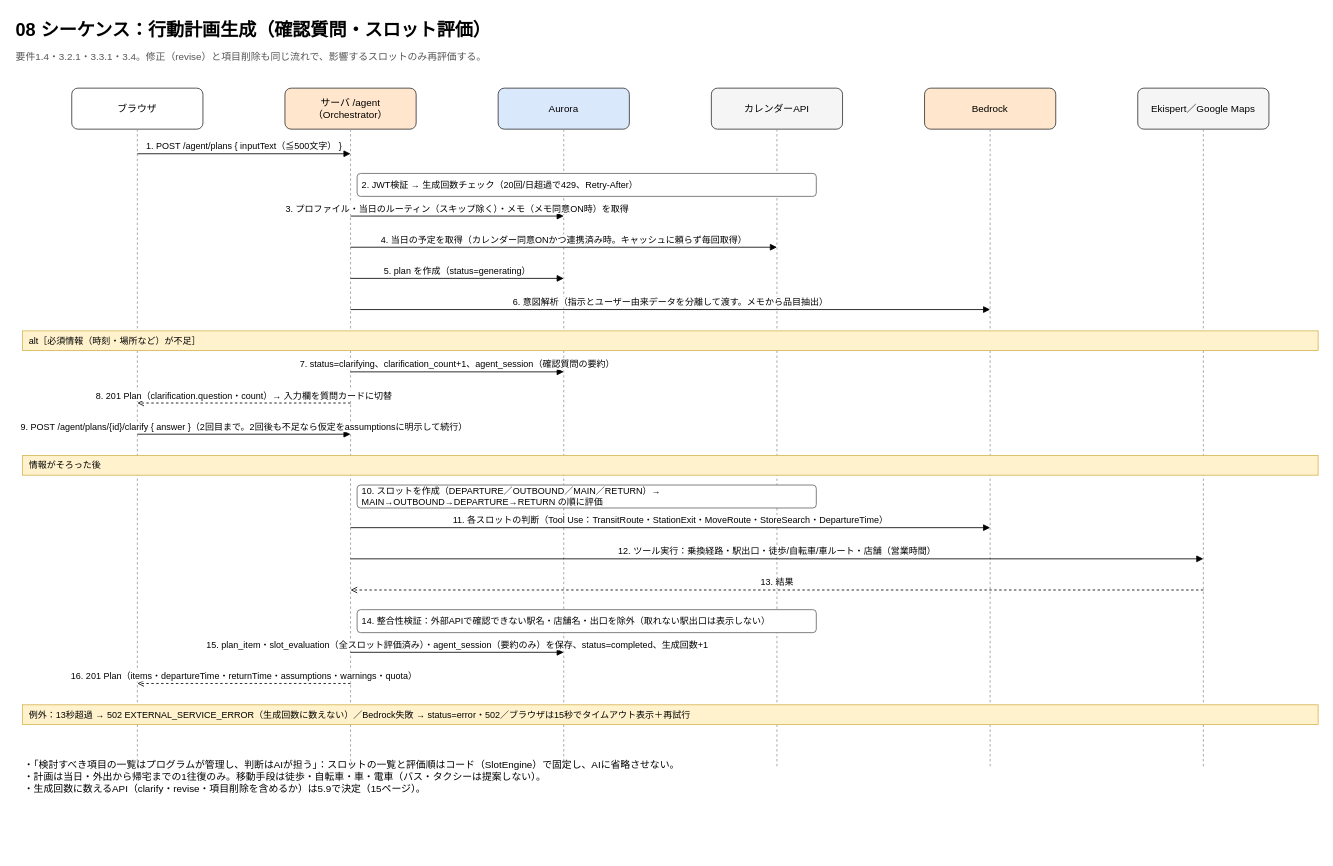
Earlier version of the draw.io diagram page "08_シーケンス_行動計画生成" (9 of 16) of docs/design/詳細設計書.drawio (kawagoe-juku/1day_schedule_app). Source tidied: cells renumbered, new cells numbered last; positions are measured from the earlier drawing's top-left corner, leaving out a move shared by most shapes. Both pictures are drawn from the tidied source at 82%, with x=0, y=0 at pixel (14, 14).
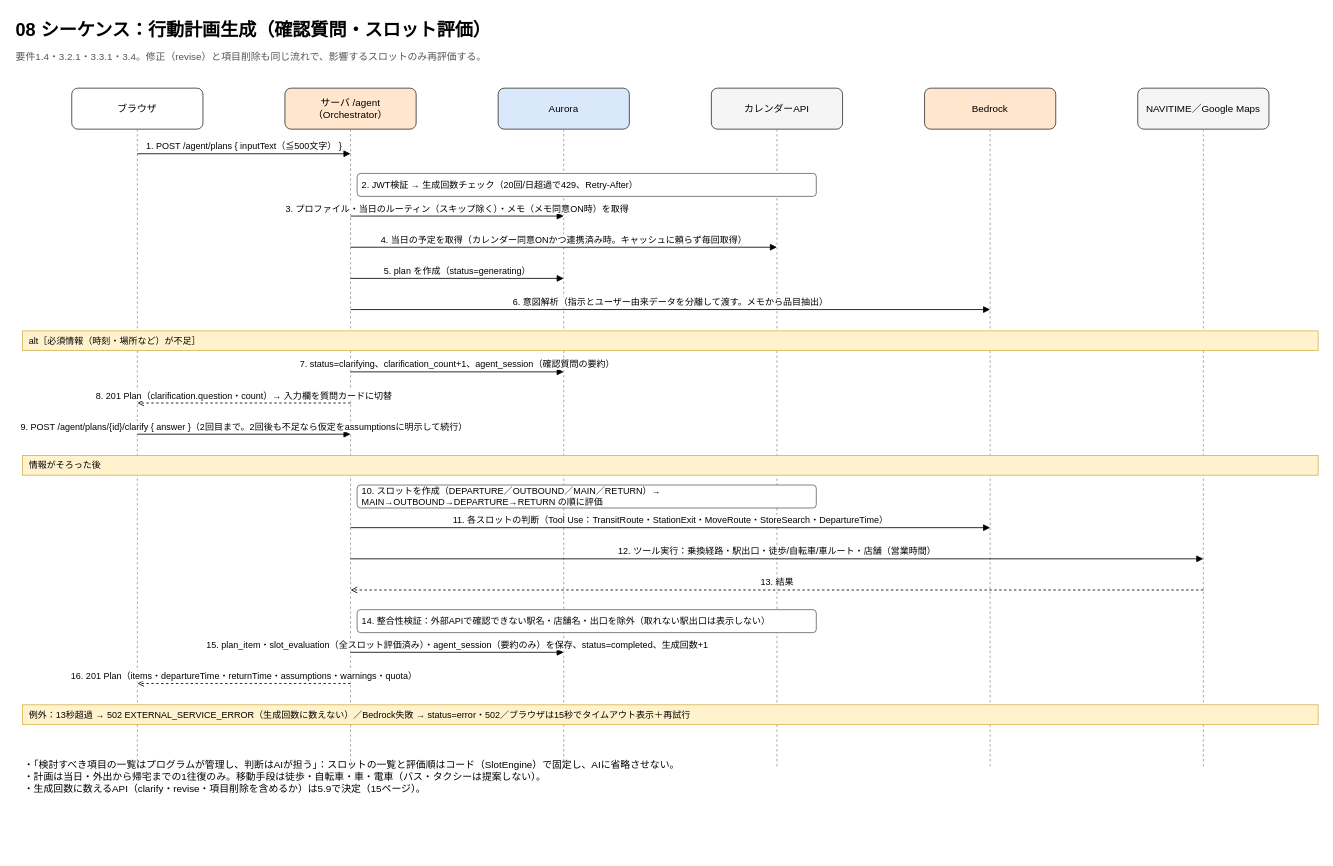
Above is the later version.

Commit message (it also covers changes not shown here):
docs: 詳細設計書の乗換 API を NAVITIME に、Google API を正式名称に変更

1.9 の技術検証で NAVITIME Route(totalnavi) を採用したため

Claude-Session: https://claude.ai/code/session_01TgDRwLowE6VFxbozXLZK98

Diff of the diagram source:
```diff
@@
-    <mxCell id="14" value="Ekispert／Google Maps" style="rounded=1;whiteSpace=wrap;html=1;fillColor=#F5F5F5;strokeColor=#333333;" parent="1" vertex="1">
+    <mxCell id="14" value="NAVITIME／Google Maps" style="rounded=1;whiteSpace=wrap;html=1;fillColor=#F5F5F5;strokeColor=#333333;" parent="1" vertex="1">
       <mxGeometry x="1370" y="90" width="160" height="50" as="geometry" />
     </mxCell>
```
